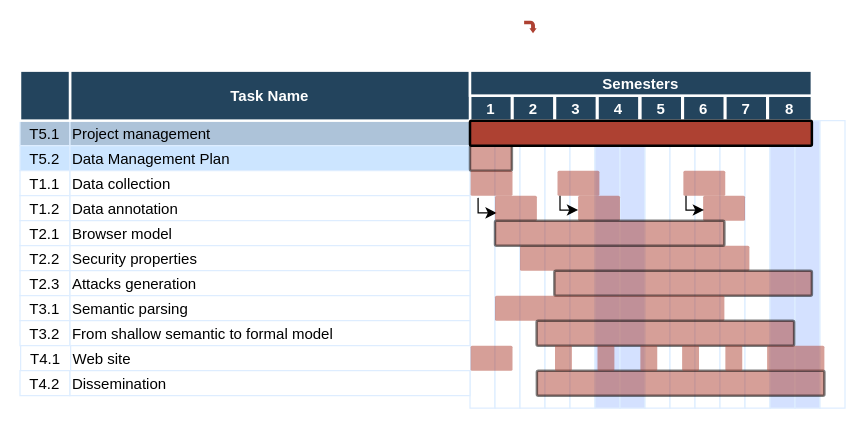
Earlier version of the draw.io diagram gantANRBMBF.drawio (cerisara/draws). Source tidied: cells renumbered, new cells numbered last; positions are measured from the earlier drawing's top-left corner, leaving out a move shared by most shapes. Both pictures are drawn from the tidied source at 125%, with x=0, y=0 at pixel (19, 20).
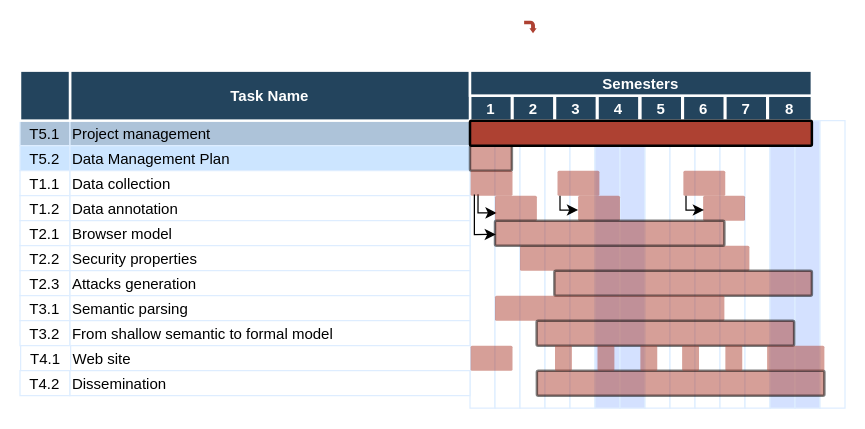
The same page after the edit.

Unchanged cells that the change refers to:
```xml
<mxCell id="46" style="shape=mxgraph.flowchart.process;fillColor=#AE4132;strokeColor=none;strokeWidth=2;opacity=50;" parent="1" vertex="1">
  <mxGeometry x="361" y="120" width="33.5" height="20" as="geometry" />
</mxCell>
<mxCell id="51" style="shape=mxgraph.flowchart.process;fillColor=#AE4132;strokeColor=none;strokeWidth=2;opacity=50;" parent="1" vertex="1">
  <mxGeometry x="380.5" y="140" width="33.5" height="20" as="geometry" />
</mxCell>
<mxCell id="63" style="shape=mxgraph.flowchart.process;fillColor=#AE4132;strokeColor=#000000;strokeWidth=2;opacity=50;" parent="1" vertex="1">
  <mxGeometry x="380.5" y="160" width="183.5" height="20" as="geometry" />
</mxCell>
```

The edit, as a diff of the source:
```diff
@@
-    <mxCell id="45" style="edgeStyle=orthogonalEdgeStyle;rounded=0;jettySize=auto;html=1;entryX=0.04;entryY=0.69;entryDx=0;entryDy=0;entryPerimeter=0;exitX=0.178;exitY=1.09;exitDx=0;exitDy=0;exitPerimeter=0;" parent="1" edge="1" source="46" target="51">
+    <mxCell id="45" style="edgeStyle=orthogonalEdgeStyle;rounded=0;jettySize=auto;html=1;entryX=0.04;entryY=0.69;entryDx=0;entryDy=0;entryPerimeter=0;exitX=0.177;exitY=0.943;exitDx=0;exitDy=0;exitPerimeter=0;" parent="1" edge="1" source="46" target="51">
       <mxGeometry relative="1" as="geometry">
         <Array as="points">
           <mxPoint x="367" y="154" />
         </Array>
       </mxGeometry>
     </mxCell>
@@
+    <mxCell id="75" style="edgeStyle=orthogonalEdgeStyle;rounded=0;jettySize=auto;html=1;entryX=0.004;entryY=0.554;entryDx=0;entryDy=0;entryPerimeter=0;" parent="1" edge="1" target="63">
+      <mxGeometry relative="1" as="geometry">
+        <mxPoint x="364" y="139" as="sourcePoint" />
+        <Array as="points">
+          <mxPoint x="364" y="171" />
+        </Array>
+      </mxGeometry>
+    </mxCell>
```
